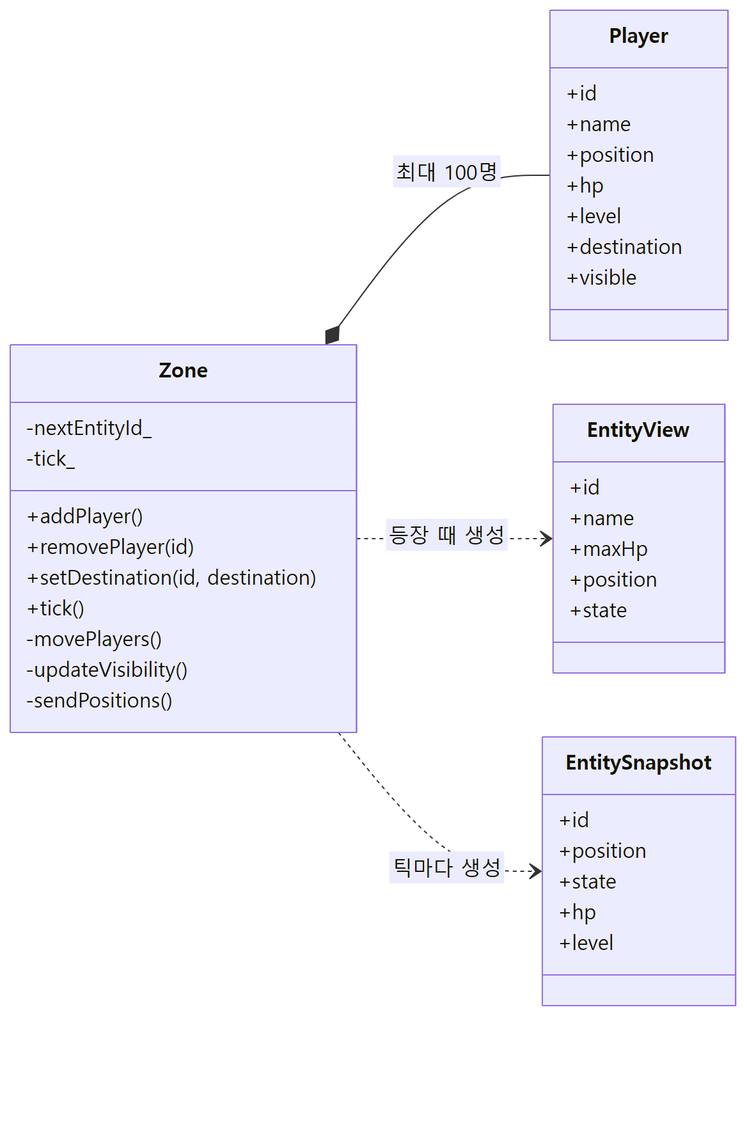
Before: docs/diagrams/images/structure-zone.png, a diagram exported from Mermaid (Dongs9/try_mmo_server). Its source is kept beside it as docs/diagrams/src/structure-zone.mmd. Source of this version:
```mermaid
classDiagram
    direction LR

    class Zone {
        -nextEntityId_
        -tick_
        +addPlayer()
        +removePlayer(id)
        +setDestination(id, destination)
        +tick()
        -movePlayers()
        -updateVisibility()
        -sendPositions()
    }
    class Player {
        +id
        +name
        +position
        +hp
        +level
        +destination
        +visible
    }
    class EntityView {
        +id
        +name
        +maxHp
        +position
        +state
    }
    class EntitySnapshot {
        +id
        +position
        +state
        +hp
        +level
    }

    Zone *-- Player : 최대 100명
    Zone ..> EntityView : 등장 때 생성
    Zone ..> EntitySnapshot : 틱마다 생성
```
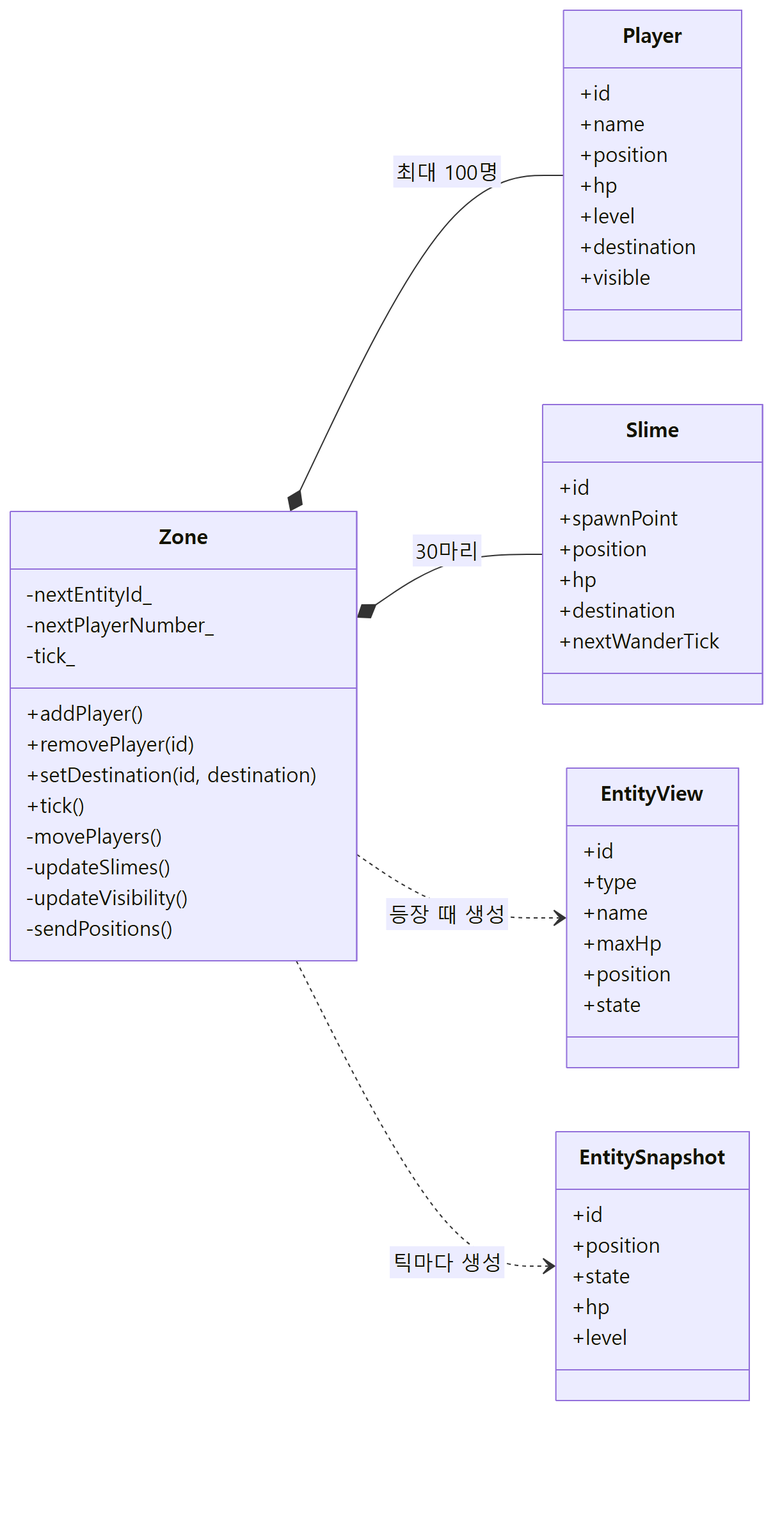
The same diagram one commit later.

Diff of the diagram source:
```diff
@@ -3,12 +3,14 @@
 
     class Zone {
         -nextEntityId_
+        -nextPlayerNumber_
         -tick_
         +addPlayer()
         +removePlayer(id)
         +setDestination(id, destination)
         +tick()
         -movePlayers()
+        -updateSlimes()
         -updateVisibility()
         -sendPositions()
     }
@@ -21,8 +23,17 @@
         +destination
         +visible
     }
+    class Slime {
+        +id
+        +spawnPoint
+        +position
+        +hp
+        +destination
+        +nextWanderTick
+    }
     class EntityView {
         +id
+        +type
         +name
         +maxHp
         +position
@@ -37,5 +48,6 @@
     }
 
     Zone *-- Player : 최대 100명
+    Zone *-- Slime : 30마리
     Zone ..> EntityView : 등장 때 생성
     Zone ..> EntitySnapshot : 틱마다 생성
```
